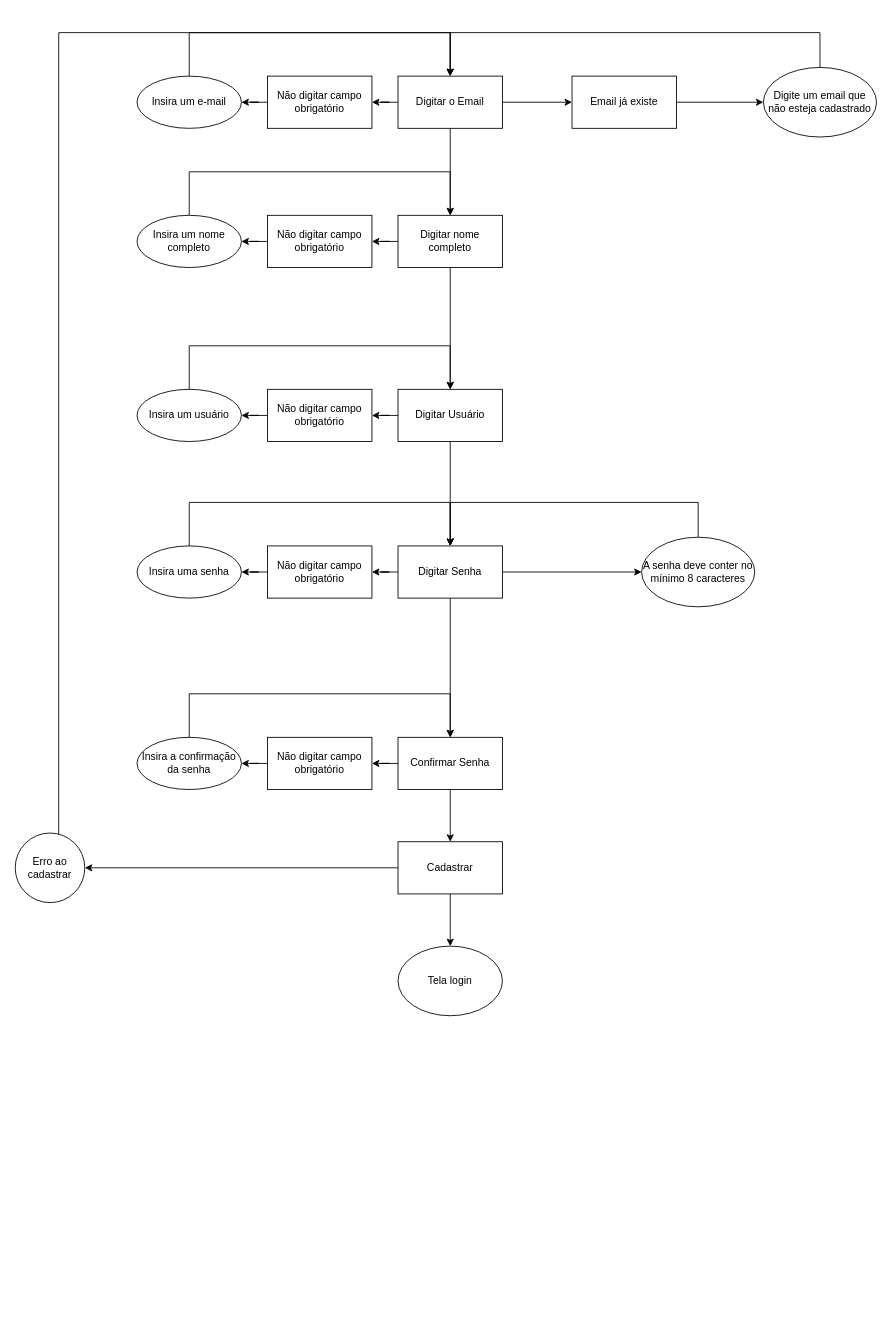
Earlier version of the draw.io diagram QA Aula 1.drawio (Chibilski/Alura). Source tidied: cells renumbered, new cells numbered last; positions are measured from the earlier drawing's top-left corner, leaving out a move shared by most shapes. Both pictures are drawn from the tidied source at 87%, with x=0, y=0 at pixel (15, 32).
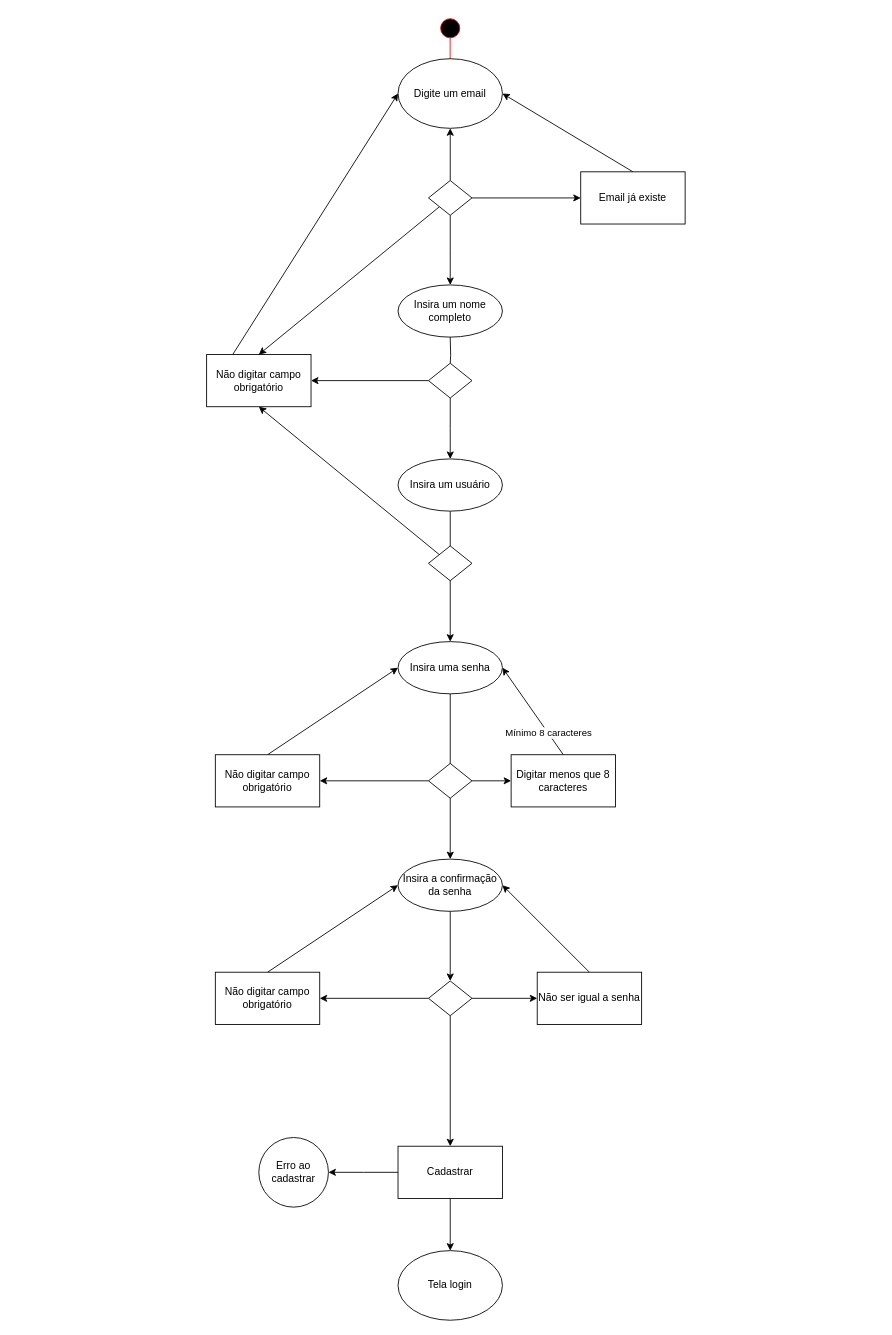
Above is the later version.

Diff of the diagram source:
```diff
@@
-    <mxCell id="2" style="edgeStyle=orthogonalEdgeStyle;rounded=0;jettySize=auto;html=1;" parent="1" edge="1" source="5" target="8">
-      <mxGeometry relative="1" as="geometry" />
-    </mxCell>
-    <mxCell id="3" style="edgeStyle=orthogonalEdgeStyle;rounded=0;jettySize=auto;html=1;" parent="1" edge="1" source="5" target="46">
-      <mxGeometry relative="1" as="geometry" />
-    </mxCell>
-    <mxCell id="4" style="edgeStyle=orthogonalEdgeStyle;rounded=0;jettySize=auto;html=1;" parent="1" edge="1" source="5" target="48">
+    <mxCell id="4" style="edgeStyle=orthogonalEdgeStyle;rounded=0;jettySize=auto;html=1;exitX=1;exitY=0.5;exitDx=0;exitDy=0;" parent="1" edge="1" source="60" target="48">
       <mxGeometry relative="1" as="geometry" />
     </mxCell>
-    <mxCell id="5" value="Digitar o Email" style="rounded=0;whiteSpace=wrap;html=1;" parent="1" vertex="1">
-      <mxGeometry x="440" y="50" width="120" height="60" as="geometry" />
-    </mxCell>
-    <mxCell id="6" style="edgeStyle=orthogonalEdgeStyle;rounded=0;jettySize=auto;html=1;" parent="1" edge="1" source="8" target="18">
-      <mxGeometry relative="1" as="geometry" />
+    <mxCell id="6" style="edgeStyle=orthogonalEdgeStyle;rounded=0;jettySize=auto;html=1;" parent="1" edge="1" source="63">
+      <mxGeometry relative="1" as="geometry">
+        <mxPoint x="500" y="490" as="targetPoint" />
+      </mxGeometry>
     </mxCell>
-    <mxCell id="7" style="edgeStyle=orthogonalEdgeStyle;rounded=0;jettySize=auto;html=1;" parent="1" edge="1" source="8" target="44">
-      <mxGeometry relative="1" as="geometry" />
-    </mxCell>
-    <mxCell id="8" value="Digitar nome completo" style="rounded=0;whiteSpace=wrap;html=1;" parent="1" vertex="1">
-      <mxGeometry x="440" y="210" width="120" height="60" as="geometry" />
-    </mxCell>
-    <mxCell id="9" style="edgeStyle=orthogonalEdgeStyle;rounded=0;jettySize=auto;html=1;" parent="1" edge="1" source="12" target="15">
-      <mxGeometry relative="1" as="geometry" />
+    <mxCell id="9" style="edgeStyle=orthogonalEdgeStyle;rounded=0;orthogonalLoop=1;jettySize=auto;html=1;" parent="1" edge="1">
+      <mxGeometry relative="1" as="geometry">
+        <mxPoint x="500" y="760" as="sourcePoint" />
+        <mxPoint x="500" y="950" as="targetPoint" />
+      </mxGeometry>
     </mxCell>
-    <mxCell id="10" style="edgeStyle=orthogonalEdgeStyle;rounded=0;jettySize=auto;html=1;" parent="1" edge="1" source="12" target="36">
-      <mxGeometry relative="1" as="geometry" />
-    </mxCell>
-    <mxCell id="11" style="edgeStyle=orthogonalEdgeStyle;rounded=0;jettySize=auto;html=1;" parent="1" edge="1" source="12" target="40">
-      <mxGeometry relative="1" as="geometry" />
-    </mxCell>
-    <mxCell id="12" value="Digitar Senha" style="rounded=0;whiteSpace=wrap;html=1;" parent="1" vertex="1">
-      <mxGeometry x="440" y="590" width="120" height="60" as="geometry" />
-    </mxCell>
-    <mxCell id="13" style="edgeStyle=orthogonalEdgeStyle;rounded=0;jettySize=auto;html=1;" parent="1" edge="1" source="15" target="32">
+    <mxCell id="13" style="edgeStyle=orthogonalEdgeStyle;rounded=0;jettySize=auto;html=1;" parent="1" edge="1" source="74" target="32">
       <mxGeometry relative="1" as="geometry" />
     </mxCell>
-    <mxCell id="14" style="edgeStyle=orthogonalEdgeStyle;rounded=0;jettySize=auto;html=1;" parent="1" edge="1" source="15" target="38">
-      <mxGeometry relative="1" as="geometry" />
-    </mxCell>
-    <mxCell id="15" value="Confirmar Senha" style="rounded=0;whiteSpace=wrap;html=1;" parent="1" vertex="1">
-      <mxGeometry x="440" y="810" width="120" height="60" as="geometry" />
-    </mxCell>
-    <mxCell id="16" style="edgeStyle=orthogonalEdgeStyle;rounded=0;jettySize=auto;html=1;" parent="1" edge="1" source="18" target="12">
-      <mxGeometry relative="1" as="geometry" />
+    <mxCell id="16" style="edgeStyle=orthogonalEdgeStyle;rounded=0;orthogonalLoop=1;jettySize=auto;html=1;" parent="1" edge="1">
+      <mxGeometry relative="1" as="geometry">
+        <mxPoint x="500" y="550" as="sourcePoint" />
+        <mxPoint x="500" y="700" as="targetPoint" />
+      </mxGeometry>
     </mxCell>
-    <mxCell id="17" style="edgeStyle=orthogonalEdgeStyle;rounded=0;jettySize=auto;html=1;" parent="1" edge="1" source="18" target="42">
-      <mxGeometry relative="1" as="geometry" />
-    </mxCell>
-    <mxCell id="18" value="Digitar Usuário" style="rounded=0;whiteSpace=wrap;html=1;" parent="1" vertex="1">
-      <mxGeometry x="440" y="410" width="120" height="60" as="geometry" />
-    </mxCell>
     <mxCell id="19" value="Tela login" style="ellipse;whiteSpace=wrap;html=1;rounded=0;" parent="1" vertex="1">
-      <mxGeometry x="440" y="1050" width="120" height="80" as="geometry" />
+      <mxGeometry x="440" y="1400" width="120" height="80" as="geometry" />
     </mxCell>
-    <mxCell id="20" style="edgeStyle=orthogonalEdgeStyle;rounded=0;jettySize=auto;html=1;entryX=0.5;entryY=0;entryDx=0;entryDy=0;" parent="1" edge="1" source="21" target="5">
-      <mxGeometry relative="1" as="geometry">
-        <Array as="points">
-          <mxPoint x="200" />
-          <mxPoint x="500" />
-        </Array>
-      </mxGeometry>
-    </mxCell>
-    <mxCell id="21" value="Insira um e-mail" style="ellipse;whiteSpace=wrap;html=1;" parent="1" vertex="1">
-      <mxGeometry x="140" y="50" width="120" height="60" as="geometry" />
-    </mxCell>
-    <mxCell id="22" style="edgeStyle=orthogonalEdgeStyle;rounded=0;jettySize=auto;html=1;entryX=0.5;entryY=0;entryDx=0;entryDy=0;" parent="1" edge="1" source="23" target="8">
-      <mxGeometry relative="1" as="geometry">
-        <Array as="points">
-          <mxPoint x="200" y="160" />
-          <mxPoint x="500" y="160" />
-        </Array>
-      </mxGeometry>
-    </mxCell>
     <mxCell id="23" value="Insira um nome completo" style="ellipse;whiteSpace=wrap;html=1;" parent="1" vertex="1">
-      <mxGeometry x="140" y="210" width="120" height="60" as="geometry" />
+      <mxGeometry x="440" y="290" width="120" height="60" as="geometry" />
     </mxCell>
-    <mxCell id="24" style="edgeStyle=orthogonalEdgeStyle;rounded=0;jettySize=auto;html=1;entryX=0.5;entryY=0;entryDx=0;entryDy=0;" parent="1" edge="1" source="25">
-      <mxGeometry relative="1" as="geometry">
-        <mxPoint x="500" y="410" as="targetPoint" />
-        <Array as="points">
-          <mxPoint x="200" y="360" />
-          <mxPoint x="500" y="360" />
-        </Array>
-      </mxGeometry>
-    </mxCell>
     <mxCell id="25" value="Insira um usuário" style="ellipse;whiteSpace=wrap;html=1;" parent="1" vertex="1">
-      <mxGeometry x="140" y="410" width="120" height="60" as="geometry" />
+      <mxGeometry x="440" y="490" width="120" height="60" as="geometry" />
     </mxCell>
-    <mxCell id="26" style="edgeStyle=orthogonalEdgeStyle;rounded=0;jettySize=auto;html=1;entryX=0.5;entryY=0;entryDx=0;entryDy=0;" parent="1" edge="1" source="27">
-      <mxGeometry relative="1" as="geometry">
-        <mxPoint x="500" y="590" as="targetPoint" />
-        <Array as="points">
-          <mxPoint x="200" y="540" />
-          <mxPoint x="500" y="540" />
-        </Array>
-      </mxGeometry>
-    </mxCell>
     <mxCell id="27" value="Insira uma senha" style="ellipse;whiteSpace=wrap;html=1;" parent="1" vertex="1">
-      <mxGeometry x="140" y="590" width="120" height="60" as="geometry" />
+      <mxGeometry x="440" y="700" width="120" height="60" as="geometry" />
     </mxCell>
-    <mxCell id="28" style="edgeStyle=orthogonalEdgeStyle;rounded=0;jettySize=auto;html=1;entryX=0.5;entryY=0;entryDx=0;entryDy=0;" parent="1" edge="1" source="29">
-      <mxGeometry relative="1" as="geometry">
-        <mxPoint x="500" y="810" as="targetPoint" />
-        <Array as="points">
-          <mxPoint x="200" y="760" />
-          <mxPoint x="500" y="760" />
-        </Array>
-      </mxGeometry>
-    </mxCell>
+    <mxCell id="51" style="edgeStyle=orthogonalEdgeStyle;rounded=0;jettySize=auto;html=1;entryX=0.5;entryY=0;entryDx=0;entryDy=0;" parent="1" edge="1" source="29" target="74">
+      <mxGeometry relative="1" as="geometry" />
+    </mxCell>
     <mxCell id="29" value="Insira a confirmação da senha" style="ellipse;whiteSpace=wrap;html=1;" parent="1" vertex="1">
-      <mxGeometry x="140" y="810" width="120" height="60" as="geometry" />
+      <mxGeometry x="440" y="950" width="120" height="60" as="geometry" />
     </mxCell>
@@
-    <mxCell id="31" style="edgeStyle=orthogonalEdgeStyle;rounded=0;jettySize=auto;html=1;" parent="1" edge="1" source="32" target="34">
-      <mxGeometry relative="1" as="geometry" />
-    </mxCell>
+    <mxCell id="52" style="edgeStyle=orthogonalEdgeStyle;rounded=0;jettySize=auto;html=1;" parent="1" edge="1" source="32">
+      <mxGeometry relative="1" as="geometry">
+        <mxPoint x="360" y="1310" as="targetPoint" />
+      </mxGeometry>
+    </mxCell>
     <mxCell id="32" value="Cadastrar" style="rounded=0;whiteSpace=wrap;html=1;" parent="1" vertex="1">
-      <mxGeometry x="440" y="930" width="120" height="60" as="geometry" />
+      <mxGeometry x="440" y="1280" width="120" height="60" as="geometry" />
     </mxCell>
-    <mxCell id="33" style="edgeStyle=orthogonalEdgeStyle;rounded=0;jettySize=auto;html=1;entryX=0.5;entryY=0;entryDx=0;entryDy=0;" parent="1" edge="1" source="34" target="5">
-      <mxGeometry relative="1" as="geometry">
-        <Array as="points">
-          <mxPoint x="50" />
-          <mxPoint x="500" />
-        </Array>
-      </mxGeometry>
-    </mxCell>
     <mxCell id="34" value="Erro ao cadastrar" style="ellipse;whiteSpace=wrap;html=1;rounded=0;" parent="1" vertex="1">
-      <mxGeometry y="920" width="80" height="80" as="geometry" />
+      <mxGeometry x="280" y="1270" width="80" height="80" as="geometry" />
     </mxCell>
-    <mxCell id="35" style="edgeStyle=orthogonalEdgeStyle;rounded=0;jettySize=auto;html=1;entryX=0.5;entryY=0;entryDx=0;entryDy=0;" parent="1" edge="1" source="36" target="12">
-      <mxGeometry relative="1" as="geometry">
-        <Array as="points">
-          <mxPoint x="785" y="540" />
-          <mxPoint x="500" y="540" />
-        </Array>
-      </mxGeometry>
-    </mxCell>
-    <mxCell id="36" value="A senha deve conter no mínimo 8 caracteres" style="ellipse;whiteSpace=wrap;html=1;rounded=0;" parent="1" vertex="1">
-      <mxGeometry x="720" y="580" width="130" height="80" as="geometry" />
-    </mxCell>
-    <mxCell id="37" style="edgeStyle=orthogonalEdgeStyle;rounded=0;jettySize=auto;html=1;" parent="1" edge="1" source="38" target="29">
-      <mxGeometry relative="1" as="geometry" />
-    </mxCell>
-    <mxCell id="38" value="Não digitar campo obrigatório" style="rounded=0;whiteSpace=wrap;html=1;" parent="1" vertex="1">
-      <mxGeometry x="290" y="810" width="120" height="60" as="geometry" />
-    </mxCell>
-    <mxCell id="39" style="edgeStyle=orthogonalEdgeStyle;rounded=0;jettySize=auto;html=1;entryX=1;entryY=0.5;entryDx=0;entryDy=0;" parent="1" edge="1" source="40" target="27">
+    <mxCell id="39" style="rounded=0;jettySize=auto;html=1;entryX=0;entryY=0.5;entryDx=0;entryDy=0;exitX=0.5;exitY=0;exitDx=0;exitDy=0;" parent="1" edge="1" source="40" target="27">
       <mxGeometry relative="1" as="geometry" />
     </mxCell>
     <mxCell id="40" value="Não digitar campo obrigatório" style="rounded=0;whiteSpace=wrap;html=1;" parent="1" vertex="1">
-      <mxGeometry x="290" y="590" width="120" height="60" as="geometry" />
+      <mxGeometry x="230" y="830" width="120" height="60" as="geometry" />
     </mxCell>
-    <mxCell id="41" style="edgeStyle=orthogonalEdgeStyle;rounded=0;jettySize=auto;html=1;" parent="1" edge="1" source="42" target="25">
-      <mxGeometry relative="1" as="geometry" />
-    </mxCell>
-    <mxCell id="42" value="Não digitar campo obrigatório" style="rounded=0;whiteSpace=wrap;html=1;" parent="1" vertex="1">
-      <mxGeometry x="290" y="410" width="120" height="60" as="geometry" />
-    </mxCell>
-    <mxCell id="43" style="edgeStyle=orthogonalEdgeStyle;rounded=0;jettySize=auto;html=1;" parent="1" edge="1" source="44" target="23">
-      <mxGeometry relative="1" as="geometry" />
-    </mxCell>
+    <mxCell id="53" style="rounded=0;jettySize=auto;html=1;exitX=0.25;exitY=0;exitDx=0;exitDy=0;entryX=0;entryY=0.5;entryDx=0;entryDy=0;" parent="1" edge="1" source="44" target="77">
+      <mxGeometry relative="1" as="geometry" />
+    </mxCell>
     <mxCell id="44" value="Não digitar campo obrigatório" style="rounded=0;whiteSpace=wrap;html=1;" parent="1" vertex="1">
-      <mxGeometry x="290" y="210" width="120" height="60" as="geometry" />
+      <mxGeometry x="220" y="370" width="120" height="60" as="geometry" />
     </mxCell>
-    <mxCell id="45" style="edgeStyle=orthogonalEdgeStyle;rounded=0;jettySize=auto;html=1;" parent="1" edge="1" source="46" target="21">
-      <mxGeometry relative="1" as="geometry" />
-    </mxCell>
-    <mxCell id="46" value="Não digitar campo obrigatório" style="rounded=0;whiteSpace=wrap;html=1;" parent="1" vertex="1">
-      <mxGeometry x="290" y="50" width="120" height="60" as="geometry" />
-    </mxCell>
-    <mxCell id="47" style="edgeStyle=orthogonalEdgeStyle;rounded=0;jettySize=auto;html=1;" parent="1" edge="1" source="48" target="50">
-      <mxGeometry relative="1" as="geometry" />
-    </mxCell>
+    <mxCell id="54" style="rounded=0;jettySize=auto;html=1;entryX=1;entryY=0.5;entryDx=0;entryDy=0;exitX=0.5;exitY=0;exitDx=0;exitDy=0;" parent="1" edge="1" source="48" target="77">
+      <mxGeometry relative="1" as="geometry" />
+    </mxCell>
     <mxCell id="48" value="Email já existe" style="rounded=0;whiteSpace=wrap;html=1;" parent="1" vertex="1">
-      <mxGeometry x="640" y="50" width="120" height="60" as="geometry" />
+      <mxGeometry x="650" y="160" width="120" height="60" as="geometry" />
     </mxCell>
-    <mxCell id="49" style="edgeStyle=orthogonalEdgeStyle;rounded=0;jettySize=auto;html=1;entryX=0.5;entryY=0;entryDx=0;entryDy=0;" parent="1" edge="1" source="50" target="5">
-      <mxGeometry relative="1" as="geometry">
-        <Array as="points">
-          <mxPoint x="925" />
-          <mxPoint x="500" />
-        </Array>
-      </mxGeometry>
-    </mxCell>
-    <mxCell id="50" value="Digite um email que não esteja cadastrado" style="ellipse;whiteSpace=wrap;html=1;rounded=0;" parent="1" vertex="1">
-      <mxGeometry x="860" y="40" width="130" height="80" as="geometry" />
-    </mxCell>
+    <mxCell id="55" style="ellipse;html=1;shape=startState;fillColor=#000000;strokeColor=#ff0000;" parent="1" vertex="1">
+      <mxGeometry x="485" y="-20" width="30" height="30" as="geometry" />
+    </mxCell>
+    <mxCell id="56" style="edgeStyle=orthogonalEdgeStyle;html=1;verticalAlign=bottom;endArrow=open;endSize=8;strokeColor=#ff0000;rounded=0;exitX=0.502;exitY=0.87;exitDx=0;exitDy=0;exitPerimeter=0;" parent="1" edge="1" source="55">
+      <mxGeometry relative="1" as="geometry">
+        <mxPoint x="499.9" y="80" as="targetPoint" />
+        <Array as="points">
+          <mxPoint x="500" y="80" />
+        </Array>
+      </mxGeometry>
+    </mxCell>
+    <mxCell id="57" style="edgeStyle=orthogonalEdgeStyle;rounded=0;jettySize=auto;html=1;" parent="1" edge="1" source="60" target="77">
+      <mxGeometry relative="1" as="geometry" />
+    </mxCell>
+    <mxCell id="58" style="edgeStyle=orthogonalEdgeStyle;rounded=0;jettySize=auto;html=1;" parent="1" edge="1" source="60">
+      <mxGeometry relative="1" as="geometry">
+        <mxPoint x="500" y="290" as="targetPoint" />
+      </mxGeometry>
+    </mxCell>
+    <mxCell id="59" style="rounded=0;jettySize=auto;html=1;entryX=0.5;entryY=0;entryDx=0;entryDy=0;" parent="1" edge="1" source="60" target="44">
+      <mxGeometry relative="1" as="geometry" />
+    </mxCell>
+    <mxCell id="60" style="rhombus;whiteSpace=wrap;html=1;" parent="1" vertex="1">
+      <mxGeometry x="475" y="170" width="50" height="40" as="geometry" />
+    </mxCell>
+    <mxCell id="61" style="edgeStyle=orthogonalEdgeStyle;rounded=0;jettySize=auto;html=1;endArrow=none;endFill=0;" parent="1" edge="1" target="63">
+      <mxGeometry relative="1" as="geometry">
+        <mxPoint x="500" y="350" as="sourcePoint" />
+      </mxGeometry>
+    </mxCell>
+    <mxCell id="62" style="edgeStyle=orthogonalEdgeStyle;rounded=0;jettySize=auto;html=1;entryX=1;entryY=0.5;entryDx=0;entryDy=0;" parent="1" edge="1" source="63" target="44">
+      <mxGeometry relative="1" as="geometry" />
+    </mxCell>
+    <mxCell id="63" style="rhombus;whiteSpace=wrap;html=1;" parent="1" vertex="1">
+      <mxGeometry x="475" y="380" width="50" height="40" as="geometry" />
+    </mxCell>
+    <mxCell id="64" style="rounded=0;jettySize=auto;html=1;entryX=0.5;entryY=1;entryDx=0;entryDy=0;exitX=0;exitY=0;exitDx=0;exitDy=0;" parent="1" edge="1" source="65" target="44">
+      <mxGeometry relative="1" as="geometry" />
+    </mxCell>
+    <mxCell id="65" style="rhombus;whiteSpace=wrap;html=1;" parent="1" vertex="1">
+      <mxGeometry x="475" y="590" width="50" height="40" as="geometry" />
+    </mxCell>
+    <mxCell id="66" style="edgeStyle=orthogonalEdgeStyle;rounded=0;jettySize=auto;html=1;" parent="1" edge="1" source="68" target="40">
+      <mxGeometry relative="1" as="geometry">
+        <Array as="points">
+          <mxPoint x="290" y="860" />
+          <mxPoint x="290" y="860" />
+        </Array>
+      </mxGeometry>
+    </mxCell>
+    <mxCell id="67" style="edgeStyle=orthogonalEdgeStyle;rounded=0;jettySize=auto;html=1;" parent="1" edge="1" source="68" target="71">
+      <mxGeometry relative="1" as="geometry" />
+    </mxCell>
+    <mxCell id="68" style="rhombus;whiteSpace=wrap;html=1;" parent="1" vertex="1">
+      <mxGeometry x="475" y="840" width="50" height="40" as="geometry" />
+    </mxCell>
+    <mxCell id="69" style="rounded=0;jettySize=auto;html=1;entryX=1;entryY=0.5;entryDx=0;entryDy=0;exitX=0.5;exitY=0;exitDx=0;exitDy=0;" parent="1" edge="1" source="71" target="27">
+      <mxGeometry relative="1" as="geometry" />
+    </mxCell>
+    <mxCell id="70" value="Mínimo 8 caracteres" style="edgeLabel;html=1;align=center;verticalAlign=middle;" parent="69" vertex="1">
+      <mxGeometry x="-0.49" relative="1" as="geometry" />
+    </mxCell>
+    <mxCell id="71" value="Digitar menos que 8 caracteres" style="whiteSpace=wrap;html=1;" parent="1" vertex="1">
+      <mxGeometry x="570" y="830" width="120" height="60" as="geometry" />
+    </mxCell>
+    <mxCell id="72" style="edgeStyle=orthogonalEdgeStyle;rounded=0;jettySize=auto;html=1;" parent="1" edge="1" source="74" target="76">
+      <mxGeometry relative="1" as="geometry" />
+    </mxCell>
+    <mxCell id="73" style="edgeStyle=orthogonalEdgeStyle;rounded=0;jettySize=auto;html=1;entryX=1;entryY=0.5;entryDx=0;entryDy=0;" parent="1" edge="1" source="74" target="79">
+      <mxGeometry relative="1" as="geometry" />
+    </mxCell>
+    <mxCell id="74" style="rhombus;whiteSpace=wrap;html=1;" parent="1" vertex="1">
+      <mxGeometry x="475" y="1090" width="50" height="40" as="geometry" />
+    </mxCell>
+    <mxCell id="75" style="rounded=0;jettySize=auto;html=1;entryX=1;entryY=0.5;entryDx=0;entryDy=0;exitX=0.5;exitY=0;exitDx=0;exitDy=0;" parent="1" edge="1" source="76" target="29">
+      <mxGeometry relative="1" as="geometry" />
+    </mxCell>
+    <mxCell id="76" value="Não ser igual a senha" style="rounded=0;whiteSpace=wrap;html=1;" parent="1" vertex="1">
+      <mxGeometry x="600" y="1080" width="120" height="60" as="geometry" />
+    </mxCell>
+    <mxCell id="77" value="Digite um email" style="ellipse;whiteSpace=wrap;html=1;" parent="1" vertex="1">
+      <mxGeometry x="440" y="30" width="120" height="80" as="geometry" />
+    </mxCell>
+    <mxCell id="78" style="rounded=0;jettySize=auto;html=1;entryX=0;entryY=0.5;entryDx=0;entryDy=0;exitX=0.5;exitY=0;exitDx=0;exitDy=0;" parent="1" edge="1" source="79" target="29">
+      <mxGeometry relative="1" as="geometry" />
+    </mxCell>
+    <mxCell id="79" value="Não digitar campo obrigatório" style="rounded=0;whiteSpace=wrap;html=1;" parent="1" vertex="1">
+      <mxGeometry x="230" y="1080" width="120" height="60" as="geometry" />
+    </mxCell>
```
